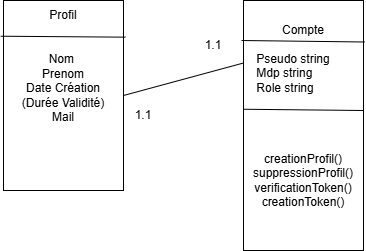
The draw.io diagram Documents/projetKanbanSql.png in Ray-an2/Kanban-RE, before a commit. Source tidied: cells renumbered, new cells last; positions are measured from the earlier drawing's top-left corner, leaving out a move shared by most shapes. Its diagram source:
```xml
<mxGraphModel>
  <root>
    <mxCell id="0" />
    <mxCell id="1" parent="0" />
    <mxCell id="2" style="rounded=0;whiteSpace=wrap;html=1;" parent="1" vertex="1">
      <mxGeometry x="240" width="120" height="250" as="geometry" />
    </mxCell>
    <mxCell id="3" value="Compte" style="text;html=1;whiteSpace=wrap;strokeColor=none;fillColor=none;align=center;verticalAlign=middle;rounded=0;" parent="1" vertex="1">
      <mxGeometry x="270" y="15" width="60" height="30" as="geometry" />
    </mxCell>
    <mxCell id="4" value="Nom&amp;nbsp;&lt;div&gt;Prenom&lt;/div&gt;&lt;div&gt;Date Création&lt;/div&gt;&lt;div&gt;(Durée Validité)&lt;/div&gt;&lt;div&gt;Mail&lt;/div&gt;&lt;div&gt;&lt;br&gt;&lt;/div&gt;" style="rounded=0;whiteSpace=wrap;html=1;" parent="1" vertex="1">
      <mxGeometry width="120" height="190" as="geometry" />
    </mxCell>
    <mxCell id="5" value="Profil" style="text;html=1;whiteSpace=wrap;strokeColor=none;fillColor=none;align=center;verticalAlign=middle;rounded=0;" parent="1" vertex="1">
      <mxGeometry x="30" width="60" height="30" as="geometry" />
    </mxCell>
    <mxCell id="6" value="1.1" style="text;html=1;whiteSpace=wrap;strokeColor=none;fillColor=none;align=center;verticalAlign=middle;rounded=0;" parent="1" vertex="1">
      <mxGeometry x="180" y="30" width="60" height="30" as="geometry" />
    </mxCell>
    <mxCell id="7" value="1.1" style="text;html=1;whiteSpace=wrap;strokeColor=none;fillColor=none;align=center;verticalAlign=middle;rounded=0;" parent="1" vertex="1">
      <mxGeometry x="110" y="100" width="60" height="30" as="geometry" />
    </mxCell>
    <mxCell id="8" value="&lt;div style=&quot;text-align: left;&quot;&gt;&lt;span style=&quot;background-color: transparent; color: light-dark(rgb(0, 0, 0), rgb(255, 255, 255)); text-align: center;&quot;&gt;Pseudo string&lt;/span&gt;&lt;/div&gt;&lt;div style=&quot;text-align: left;&quot;&gt;Mdp string&lt;/div&gt;&lt;div style=&quot;text-align: left;&quot;&gt;Role string&lt;/div&gt;" style="text;html=1;whiteSpace=wrap;strokeColor=none;fillColor=none;align=center;verticalAlign=middle;rounded=0;" parent="1" vertex="1">
      <mxGeometry x="250" y="45" width="80" height="55" as="geometry" />
    </mxCell>
    <mxCell id="9" style="endArrow=none;html=1;rounded=0;exitX=-0.023;exitY=0.188;exitDx=0;exitDy=0;exitPerimeter=0;entryX=1.017;entryY=0.193;entryDx=0;entryDy=0;entryPerimeter=0;" parent="1" edge="1" source="4" target="4">
      <mxGeometry relative="1" as="geometry" />
    </mxCell>
    <mxCell id="10" style="endArrow=none;html=1;rounded=0;exitX=1;exitY=0.5;exitDx=0;exitDy=0;entryX=0;entryY=0.25;entryDx=0;entryDy=0;" parent="1" edge="1" source="4" target="2">
      <mxGeometry relative="1" as="geometry" />
    </mxCell>
    <mxCell id="11" style="endArrow=none;html=1;rounded=0;entryX=1.01;entryY=0.166;entryDx=0;entryDy=0;entryPerimeter=0;" parent="1" edge="1" target="2">
      <mxGeometry relative="1" as="geometry">
        <mxPoint x="238" y="40" as="sourcePoint" />
      </mxGeometry>
    </mxCell>
    <mxCell id="12" style="endArrow=none;html=1;rounded=0;exitX=0.003;exitY=0.435;exitDx=0;exitDy=0;exitPerimeter=0;" parent="1" edge="1" source="2">
      <mxGeometry relative="1" as="geometry">
        <mxPoint x="360" y="110" as="targetPoint" />
      </mxGeometry>
    </mxCell>
    <mxCell id="13" value="creationProfil()&lt;div&gt;suppressionProfil()&lt;/div&gt;&lt;div&gt;verificationToken()&lt;/div&gt;&lt;div&gt;creationToken()&lt;/div&gt;" style="text;html=1;whiteSpace=wrap;strokeColor=none;fillColor=none;align=center;verticalAlign=middle;rounded=0;" parent="1" vertex="1">
      <mxGeometry x="240" y="110" width="120" height="140" as="geometry" />
    </mxCell>
  </root>
</mxGraphModel>
```
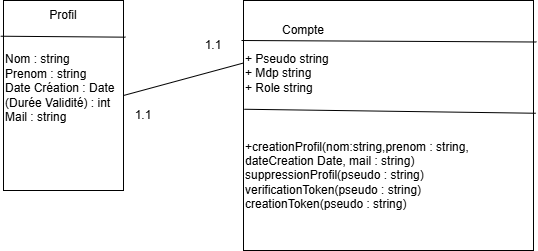
Above is the later version.

Commit message:
Correction UML user 2

Change to the diagram source:
```diff
@@ -3,12 +3,12 @@
     <mxCell id="0" />
     <mxCell id="1" parent="0" />
     <mxCell id="2" style="rounded=0;whiteSpace=wrap;html=1;" parent="1" vertex="1">
-      <mxGeometry x="240" width="120" height="250" as="geometry" />
+      <mxGeometry x="240" width="290" height="250" as="geometry" />
     </mxCell>
     <mxCell id="3" value="Compte" style="text;html=1;whiteSpace=wrap;strokeColor=none;fillColor=none;align=center;verticalAlign=middle;rounded=0;" parent="1" vertex="1">
       <mxGeometry x="270" y="15" width="60" height="30" as="geometry" />
     </mxCell>
-    <mxCell id="4" value="Nom&amp;nbsp;&lt;div&gt;Prenom&lt;/div&gt;&lt;div&gt;Date Création&lt;/div&gt;&lt;div&gt;(Durée Validité)&lt;/div&gt;&lt;div&gt;Mail&lt;/div&gt;&lt;div&gt;&lt;br&gt;&lt;/div&gt;" style="rounded=0;whiteSpace=wrap;html=1;" parent="1" vertex="1">
+    <mxCell id="4" value="Nom : string&lt;div&gt;Prenom : string&lt;/div&gt;&lt;div&gt;Date Création : Date&lt;/div&gt;&lt;div&gt;(Durée Validité) : int&lt;/div&gt;&lt;div&gt;Mail : string&lt;/div&gt;&lt;div&gt;&lt;br&gt;&lt;/div&gt;" style="rounded=0;whiteSpace=wrap;html=1;align=left;" parent="1" vertex="1">
       <mxGeometry width="120" height="190" as="geometry" />
     </mxCell>
     <mxCell id="5" value="Profil" style="text;html=1;whiteSpace=wrap;strokeColor=none;fillColor=none;align=center;verticalAlign=middle;rounded=0;" parent="1" vertex="1">
@@ -20,8 +20,8 @@
     <mxCell id="7" value="1.1" style="text;html=1;whiteSpace=wrap;strokeColor=none;fillColor=none;align=center;verticalAlign=middle;rounded=0;" parent="1" vertex="1">
       <mxGeometry x="110" y="100" width="60" height="30" as="geometry" />
     </mxCell>
-    <mxCell id="8" value="&lt;div style=&quot;text-align: left;&quot;&gt;&lt;span style=&quot;background-color: transparent; color: light-dark(rgb(0, 0, 0), rgb(255, 255, 255)); text-align: center;&quot;&gt;Pseudo string&lt;/span&gt;&lt;/div&gt;&lt;div style=&quot;text-align: left;&quot;&gt;Mdp string&lt;/div&gt;&lt;div style=&quot;text-align: left;&quot;&gt;Role string&lt;/div&gt;" style="text;html=1;whiteSpace=wrap;strokeColor=none;fillColor=none;align=center;verticalAlign=middle;rounded=0;" parent="1" vertex="1">
-      <mxGeometry x="250" y="45" width="80" height="55" as="geometry" />
+    <mxCell id="8" value="&lt;div style=&quot;&quot;&gt;&lt;span style=&quot;background-color: transparent; color: light-dark(rgb(0, 0, 0), rgb(255, 255, 255));&quot;&gt;+ Pseudo string&lt;/span&gt;&lt;/div&gt;&lt;div style=&quot;&quot;&gt;+ Mdp string&lt;/div&gt;&lt;div style=&quot;&quot;&gt;+ Role string&lt;/div&gt;" style="text;html=1;whiteSpace=wrap;strokeColor=none;fillColor=none;align=left;verticalAlign=middle;rounded=0;" parent="1" vertex="1">
+      <mxGeometry x="240" y="45" width="200" height="55" as="geometry" />
     </mxCell>
     <mxCell id="9" style="endArrow=none;html=1;rounded=0;exitX=-0.023;exitY=0.188;exitDx=0;exitDy=0;exitPerimeter=0;entryX=1.017;entryY=0.193;entryDx=0;entryDy=0;entryPerimeter=0;" parent="1" edge="1" source="4" target="4">
       <mxGeometry relative="1" as="geometry" />
@@ -34,13 +34,11 @@
         <mxPoint x="238" y="40" as="sourcePoint" />
       </mxGeometry>
     </mxCell>
-    <mxCell id="12" style="endArrow=none;html=1;rounded=0;exitX=0.003;exitY=0.435;exitDx=0;exitDy=0;exitPerimeter=0;" parent="1" edge="1" source="2">
-      <mxGeometry relative="1" as="geometry">
-        <mxPoint x="360" y="110" as="targetPoint" />
-      </mxGeometry>
+    <mxCell id="12" style="endArrow=none;html=1;rounded=0;exitX=0.003;exitY=0.435;exitDx=0;exitDy=0;exitPerimeter=0;entryX=1.008;entryY=0.451;entryDx=0;entryDy=0;entryPerimeter=0;" parent="1" edge="1" source="2" target="2">
+      <mxGeometry relative="1" as="geometry" />
     </mxCell>
-    <mxCell id="13" value="creationProfil()&lt;div&gt;suppressionProfil()&lt;/div&gt;&lt;div&gt;verificationToken()&lt;/div&gt;&lt;div&gt;creationToken()&lt;/div&gt;" style="text;html=1;whiteSpace=wrap;strokeColor=none;fillColor=none;align=center;verticalAlign=middle;rounded=0;" parent="1" vertex="1">
-      <mxGeometry x="240" y="110" width="120" height="140" as="geometry" />
+    <mxCell id="13" value="+creationProfil(nom:string,prenom : string, dateCreation Date, mail : string)&lt;div&gt;suppressionProfil(pseudo : string)&lt;/div&gt;&lt;div&gt;verificationToken(pseudo : string)&lt;/div&gt;&lt;div&gt;creationToken(pseudo : string)&lt;/div&gt;" style="text;html=1;whiteSpace=wrap;strokeColor=none;fillColor=none;align=left;verticalAlign=middle;rounded=0;" parent="1" vertex="1">
+      <mxGeometry x="240" y="110" width="290" height="130" as="geometry" />
     </mxCell>
   </root>
 </mxGraphModel>
```
